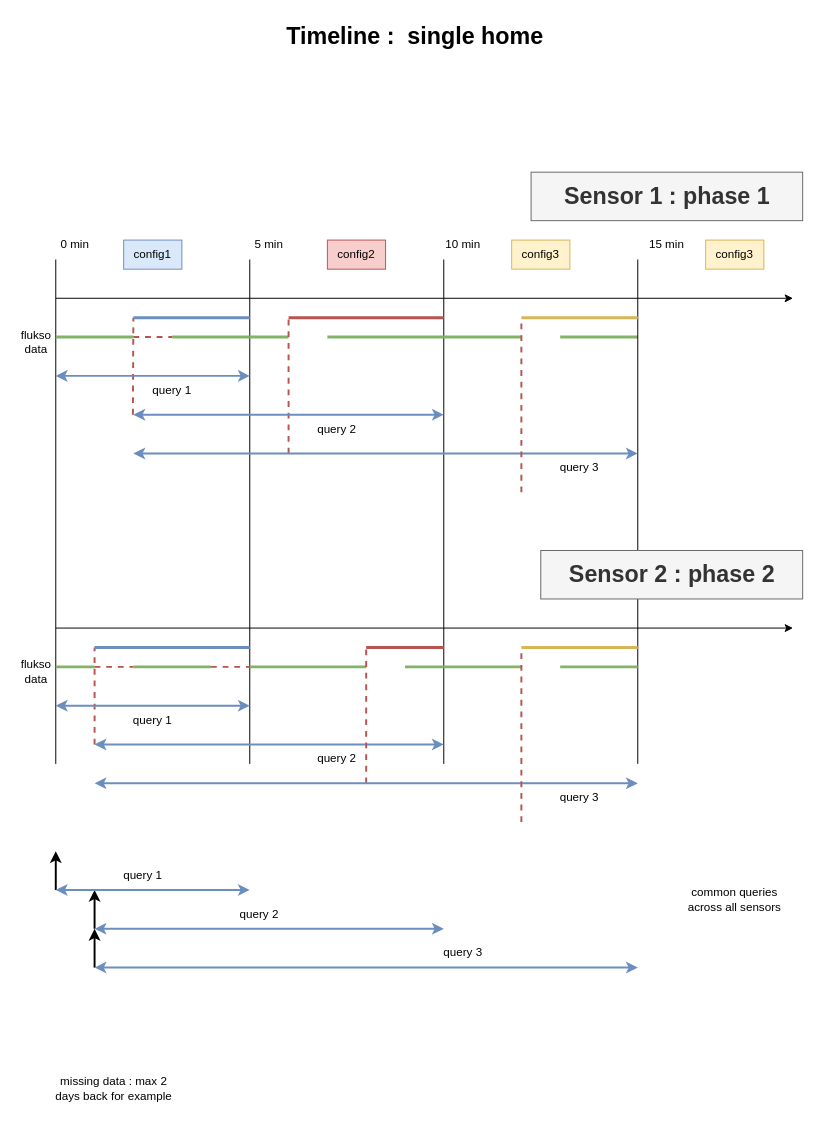
Before: page "config_timelines" (11 of 11) of documentation/documentation_diagrams.drawio in AlexandreHnf/Voisin-d-energie-ULB, a draw.io diagram. Source tidied: cells renumbered, new cells numbered last; positions are measured from the earlier drawing's top-left corner, leaving out a move shared by most shapes. Both pictures are drawn from the tidied source at 97%, with x=0, y=0 at pixel (16, 16).
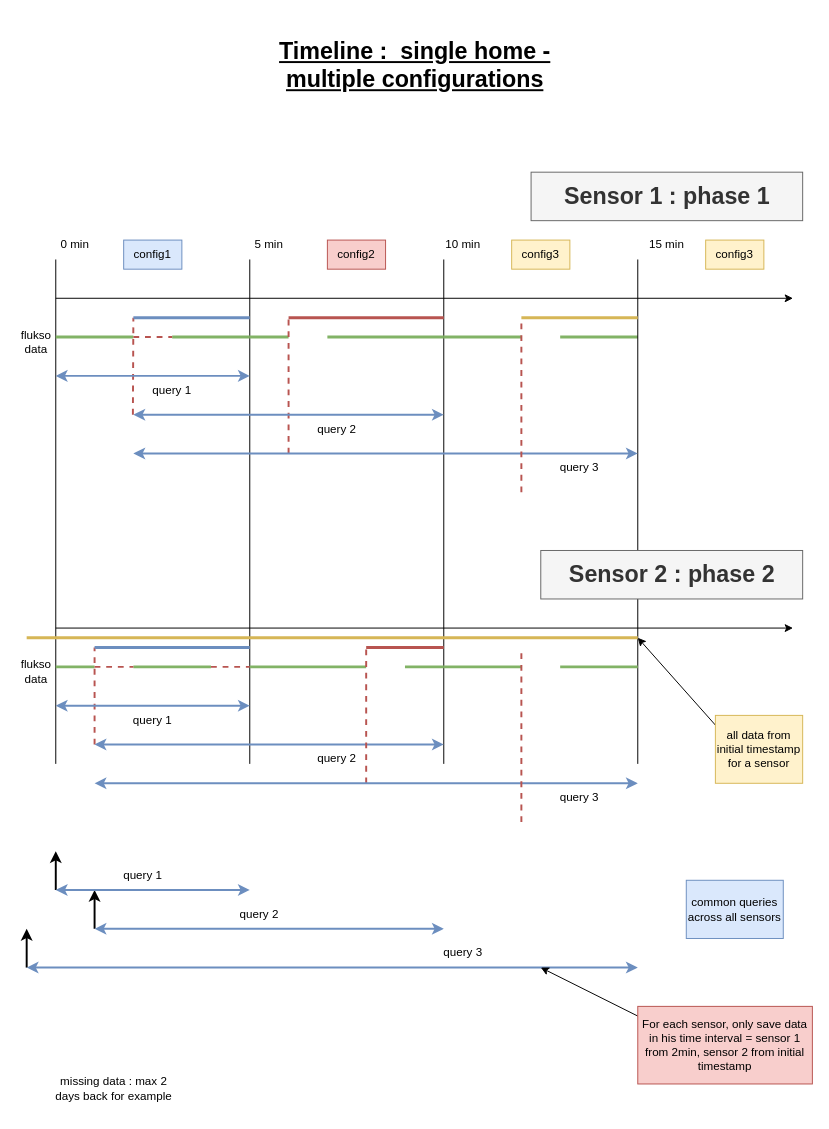
The same page after the edit.

Commit message (it also covers changes not shown here):
refactor getTimings : add start timing for each sensor

Diff of the diagram source:
```diff
@@
-    <mxCell id="20" value="Timeline :&amp;nbsp; single home" style="text;strokeColor=none;fillColor=none;html=1;fontSize=24;fontStyle=1;verticalAlign=middle;align=center;" parent="1" vertex="1">
-      <mxGeometry x="280" width="260" height="40" as="geometry" />
+    <mxCell id="20" value="&lt;div&gt;Timeline :&amp;nbsp; single home - &lt;br&gt;&lt;/div&gt;&lt;div&gt;multiple configurations&lt;br&gt;&lt;/div&gt;" style="text;strokeColor=none;fillColor=none;html=1;fontSize=24;fontStyle=5;verticalAlign=middle;align=center;" parent="1" vertex="1">
+      <mxGeometry x="280" y="30" width="260" height="40" as="geometry" />
     </mxCell>
@@
     <mxCell id="50" style="endArrow=classic;html=1;rounded=0;strokeWidth=2;" parent="1" edge="1">
       <mxGeometry relative="1" as="geometry">
-        <mxPoint x="80" y="980" as="sourcePoint" />
-        <mxPoint x="80" y="940" as="targetPoint" />
+        <mxPoint x="10" y="980" as="sourcePoint" />
+        <mxPoint x="10" y="940" as="targetPoint" />
       </mxGeometry>
     </mxCell>
@@
     <mxCell id="53" style="endArrow=classic;startArrow=classic;html=1;rounded=0;strokeWidth=2;fillColor=#dae8fc;strokeColor=#6c8ebf;" parent="1" edge="1">
       <mxGeometry relative="1" as="geometry">
-        <mxPoint x="80" y="980" as="sourcePoint" />
+        <mxPoint x="10" y="980" as="sourcePoint" />
         <mxPoint x="640" y="980" as="targetPoint" />
       </mxGeometry>
     </mxCell>
@@
-    <mxCell id="58" value="common queries across all sensors" style="text;html=1;strokeColor=none;fillColor=none;align=center;verticalAlign=middle;whiteSpace=wrap;rounded=0;" parent="1" vertex="1">
-      <mxGeometry x="690" y="880" width="100" height="60" as="geometry" />
+    <mxCell id="58" value="common queries across all sensors" style="text;html=1;strokeColor=#6c8ebf;fillColor=#dae8fc;align=center;verticalAlign=middle;whiteSpace=wrap;rounded=0;" parent="1" vertex="1">
+      <mxGeometry x="690" y="890" width="100" height="60" as="geometry" />
     </mxCell>
@@
     <mxCell id="69" style="endArrow=none;html=1;rounded=0;strokeWidth=3;fillColor=#fff2cc;strokeColor=#d6b656;" parent="1" edge="1">
       <mxGeometry relative="1" as="geometry">
-        <mxPoint x="520" y="650" as="sourcePoint" />
-        <mxPoint x="640" y="650" as="targetPoint" />
+        <mxPoint x="10" y="640" as="sourcePoint" />
+        <mxPoint x="640" y="640" as="targetPoint" />
       </mxGeometry>
     </mxCell>
@@
+    <mxCell id="71" style="endArrow=classic;html=1;rounded=0;" parent="1" edge="1">
+      <mxGeometry relative="1" as="geometry">
+        <mxPoint x="720" y="730" as="sourcePoint" />
+        <mxPoint x="640" y="640" as="targetPoint" />
+      </mxGeometry>
+    </mxCell>
+    <mxCell id="72" value="all data from initial timestamp for a sensor" style="text;html=1;strokeColor=#d6b656;fillColor=#fff2cc;align=center;verticalAlign=middle;whiteSpace=wrap;rounded=0;" parent="1" vertex="1">
+      <mxGeometry x="720" y="720" width="90" height="70" as="geometry" />
+    </mxCell>
+    <mxCell id="73" style="endArrow=classic;html=1;rounded=0;" parent="1" edge="1">
+      <mxGeometry relative="1" as="geometry">
+        <mxPoint x="640" y="1030" as="sourcePoint" />
+        <mxPoint x="540" y="980" as="targetPoint" />
+      </mxGeometry>
+    </mxCell>
+    <mxCell id="74" value="&lt;div&gt;For each sensor, only save data in his time interval = sensor 1 from 2min, sensor 2 from initial timestamp&lt;br&gt;&lt;/div&gt;" style="text;html=1;strokeColor=#b85450;fillColor=#f8cecc;align=center;verticalAlign=middle;whiteSpace=wrap;rounded=0;" parent="1" vertex="1">
+      <mxGeometry x="640" y="1020" width="180" height="80" as="geometry" />
+    </mxCell>
```
